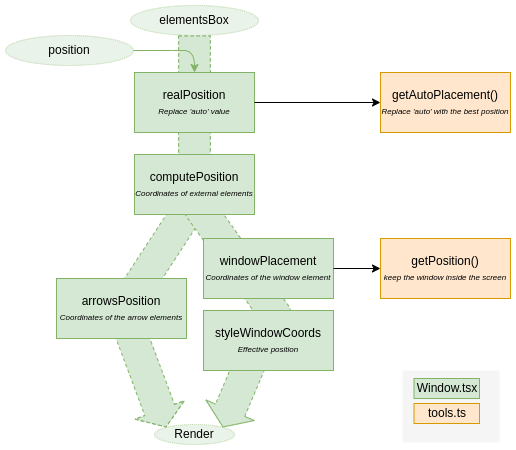
This is docs/images/workflow-window-position.drawio.png from restimel/vue3-tutorial, a draw.io export, as it was before one commit. Source tidied: cells renumbered, new cells last; positions are measured from the earlier drawing's top-left corner, leaving out a move shared by most shapes.
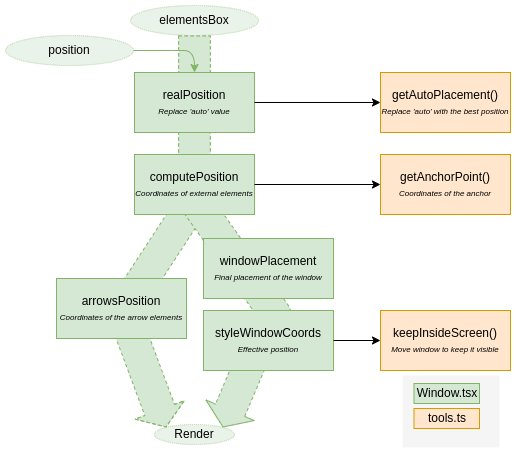
Later version of the same file.

Commit message:
Improve position when window will be outside screen

Diff of the diagram source:
```diff
@@ -19,13 +19,13 @@
       </mxGeometry>
     </mxCell>
     <mxCell id="4" style="rounded=0;whiteSpace=wrap;html=1;fillColor=#f5f5f5;fontColor=#333333;strokeColor=none;" parent="1" vertex="1">
-      <mxGeometry x="397" y="365" width="97" height="72" as="geometry" />
+      <mxGeometry x="397" y="370" width="97" height="72" as="geometry" />
     </mxCell>
     <mxCell id="5" value="Window.tsx" style="rounded=0;whiteSpace=wrap;html=1;fillColor=#d5e8d4;strokeColor=#82b366;" parent="1" vertex="1">
-      <mxGeometry x="408.5" y="373" width="65.5" height="20" as="geometry" />
+      <mxGeometry x="408.5" y="378" width="65.5" height="20" as="geometry" />
     </mxCell>
     <mxCell id="6" value="tools.ts" style="rounded=0;whiteSpace=wrap;html=1;fillColor=#ffe6cc;strokeColor=#d79b00;" parent="1" vertex="1">
-      <mxGeometry x="408.5" y="398" width="65.5" height="20" as="geometry" />
+      <mxGeometry x="408.5" y="403" width="65.5" height="20" as="geometry" />
     </mxCell>
     <mxCell id="7" value="elementsBox" style="ellipse;whiteSpace=wrap;html=1;align=center;newEdgeStyle={&quot;edgeStyle&quot;:&quot;entityRelationEdgeStyle&quot;,&quot;startArrow&quot;:&quot;none&quot;,&quot;endArrow&quot;:&quot;none&quot;,&quot;segment&quot;:10,&quot;curved&quot;:1,&quot;sourcePerimeterSpacing&quot;:0,&quot;targetPerimeterSpacing&quot;:0};fillColor=#d5e8d4;strokeColor=#82b366;dashed=1;dashPattern=1 1;opacity=50;" parent="1" vertex="1">
       <mxGeometry x="125" width="128" height="30" as="geometry" />
@@ -42,7 +42,7 @@
     <mxCell id="11" value="computePosition&lt;br&gt;&lt;i style=&quot;&quot;&gt;&lt;font style=&quot;font-size: 8px;&quot;&gt;Coordinates of external elements&lt;/font&gt;&lt;/i&gt;" style="rounded=0;whiteSpace=wrap;html=1;fillColor=#d5e8d4;strokeColor=#82b366;" parent="1" vertex="1">
       <mxGeometry x="129" y="149" width="120" height="60" as="geometry" />
     </mxCell>
-    <mxCell id="12" value="windowPlacement&lt;br&gt;&lt;i style=&quot;&quot;&gt;&lt;font style=&quot;font-size: 8px;&quot;&gt;Coordinates of the window element&lt;/font&gt;&lt;/i&gt;" style="rounded=0;whiteSpace=wrap;html=1;fillColor=#d5e8d4;strokeColor=#82b366;" parent="1" vertex="1">
+    <mxCell id="12" value="windowPlacement&lt;br&gt;&lt;i style=&quot;&quot;&gt;&lt;font style=&quot;font-size: 8px;&quot;&gt;Final placement of the window&lt;/font&gt;&lt;/i&gt;" style="rounded=0;whiteSpace=wrap;html=1;fillColor=#d5e8d4;strokeColor=#82b366;" parent="1" vertex="1">
       <mxGeometry x="198" y="233" width="130" height="60" as="geometry" />
     </mxCell>
     <mxCell id="13" value="arrowsPosition&lt;br&gt;&lt;i style=&quot;&quot;&gt;&lt;font style=&quot;font-size: 8px;&quot;&gt;Coordinates of the arrow elements&lt;/font&gt;&lt;/i&gt;" style="rounded=0;whiteSpace=wrap;html=1;fillColor=#d5e8d4;strokeColor=#82b366;" parent="1" vertex="1">
@@ -59,10 +59,10 @@
         </Array>
       </mxGeometry>
     </mxCell>
-    <mxCell id="16" value="getPosition()&lt;br&gt;&lt;i&gt;&lt;font style=&quot;font-size: 8px;&quot;&gt;keep the window inside the screen&lt;/font&gt;&lt;/i&gt;" style="rounded=0;whiteSpace=wrap;html=1;fillColor=#ffe6cc;strokeColor=#d79b00;" parent="1" vertex="1">
-      <mxGeometry x="375" y="233" width="130" height="60" as="geometry" />
+    <mxCell id="16" value="getAnchorPoint()&lt;br&gt;&lt;i&gt;&lt;font style=&quot;font-size: 8px;&quot;&gt;Coordinates of the anchor&lt;/font&gt;&lt;/i&gt;" style="rounded=0;whiteSpace=wrap;html=1;fillColor=#ffe6cc;strokeColor=#d79b00;" parent="1" vertex="1">
+      <mxGeometry x="375" y="149" width="130" height="60" as="geometry" />
     </mxCell>
-    <mxCell id="17" style="endArrow=classic;html=1;rounded=0;exitX=1;exitY=0.5;exitDx=0;exitDy=0;entryX=0;entryY=0.5;entryDx=0;entryDy=0;" parent="1" edge="1" source="12" target="16">
+    <mxCell id="17" style="endArrow=classic;html=1;rounded=0;exitX=1;exitY=0.5;exitDx=0;exitDy=0;entryX=0;entryY=0.5;entryDx=0;entryDy=0;" parent="1" edge="1" source="11" target="16">
       <mxGeometry relative="1" as="geometry" />
     </mxCell>
     <mxCell id="18" value="getAutoPlacement()&lt;br&gt;&lt;i&gt;&lt;font style=&quot;font-size: 8px;&quot;&gt;Replace 'auto' with the best position&lt;/font&gt;&lt;/i&gt;" style="rounded=0;whiteSpace=wrap;html=1;fillColor=#ffe6cc;strokeColor=#d79b00;" parent="1" vertex="1">
@@ -71,5 +71,11 @@
     <mxCell id="19" style="endArrow=classic;html=1;rounded=0;entryX=0;entryY=0.5;entryDx=0;entryDy=0;exitX=1;exitY=0.5;exitDx=0;exitDy=0;" parent="1" edge="1" source="10" target="18">
       <mxGeometry relative="1" as="geometry" />
     </mxCell>
+    <mxCell id="20" value="keepInsideScreen()&lt;br&gt;&lt;i&gt;&lt;font style=&quot;font-size: 8px;&quot;&gt;Move window to keep it&amp;nbsp;&lt;/font&gt;&lt;/i&gt;&lt;span style=&quot;font-size: 8px;&quot;&gt;&lt;i&gt;visible&lt;/i&gt;&lt;/span&gt;" style="rounded=0;whiteSpace=wrap;html=1;fillColor=#ffe6cc;strokeColor=#d79b00;" parent="1" vertex="1">
+      <mxGeometry x="375" y="305" width="130" height="60" as="geometry" />
+    </mxCell>
+    <mxCell id="21" style="endArrow=classic;html=1;rounded=0;exitX=1;exitY=0.5;exitDx=0;exitDy=0;entryX=0;entryY=0.5;entryDx=0;entryDy=0;" parent="1" edge="1" source="14" target="20">
+      <mxGeometry relative="1" as="geometry" />
+    </mxCell>
   </root>
 </mxGraphModel>
```
